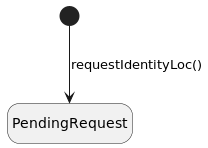
This is website/docs/client/img/identity-loc-state.png from MrSwartsBang/crypto-ecosystems, a PlantUML export, as it was before one commit. Source of this version:
```plantuml
@startuml
hide empty description
[*] --> PendingRequest: requestIdentityLoc()
@enduml
```
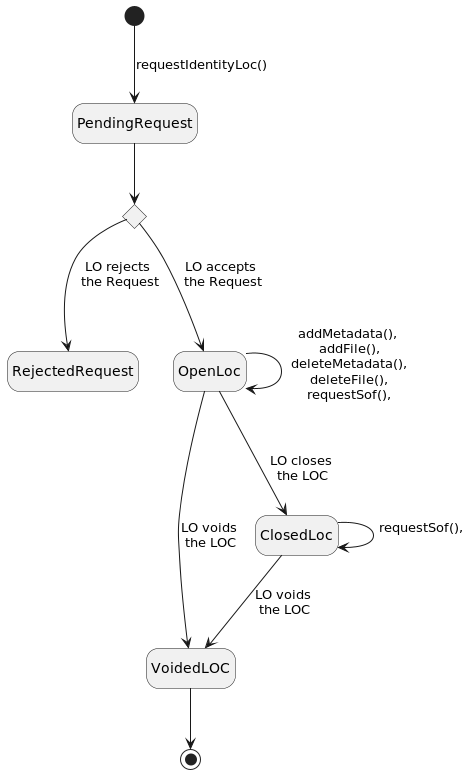
Above is the later version.

Commit message:
feat: complete identity LOC state diagram.

What changed in the source:
```diff
@@ -1,4 +1,14 @@
 @startuml
 hide empty description
+state "Decision" as decision <<choice>>
 [*] --> PendingRequest: requestIdentityLoc()
+PendingRequest --> decision
+decision --> RejectedRequest: LO rejects\n the Request
+decision --> OpenLoc: LO accepts\n the Request
+OpenLoc --> VoidedLOC: LO voids\n the LOC
+OpenLoc --> ClosedLoc: LO closes\n the LOC
+ClosedLoc --> VoidedLOC: LO voids\n the LOC
+VoidedLOC --> [*]
+OpenLoc --> OpenLoc: addMetadata(),\n addFile(),\n deleteMetadata(),\n deleteFile(),\n requestSof(),\n
+ClosedLoc --> ClosedLoc: requestSof(),\n
 @enduml
```
